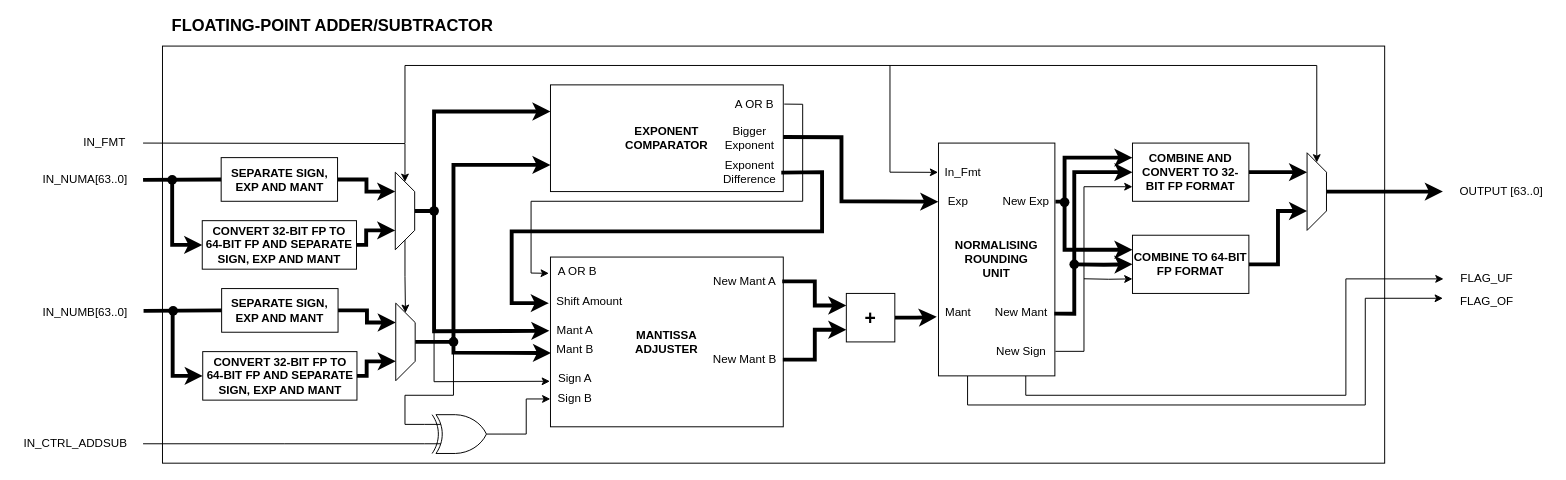
Before: page "FP-Adder/Subtractor" (2 of 15) of Diagrams/Floating-point.drawio in hohaicongthuan/Project-2, a draw.io diagram. Source tidied: cells renumbered, new cells numbered last; positions are measured from the earlier drawing's top-left corner, leaving out a move shared by most shapes. Both pictures are drawn from the tidied source at 97%, with x=0, y=0 at pixel (16, 16).
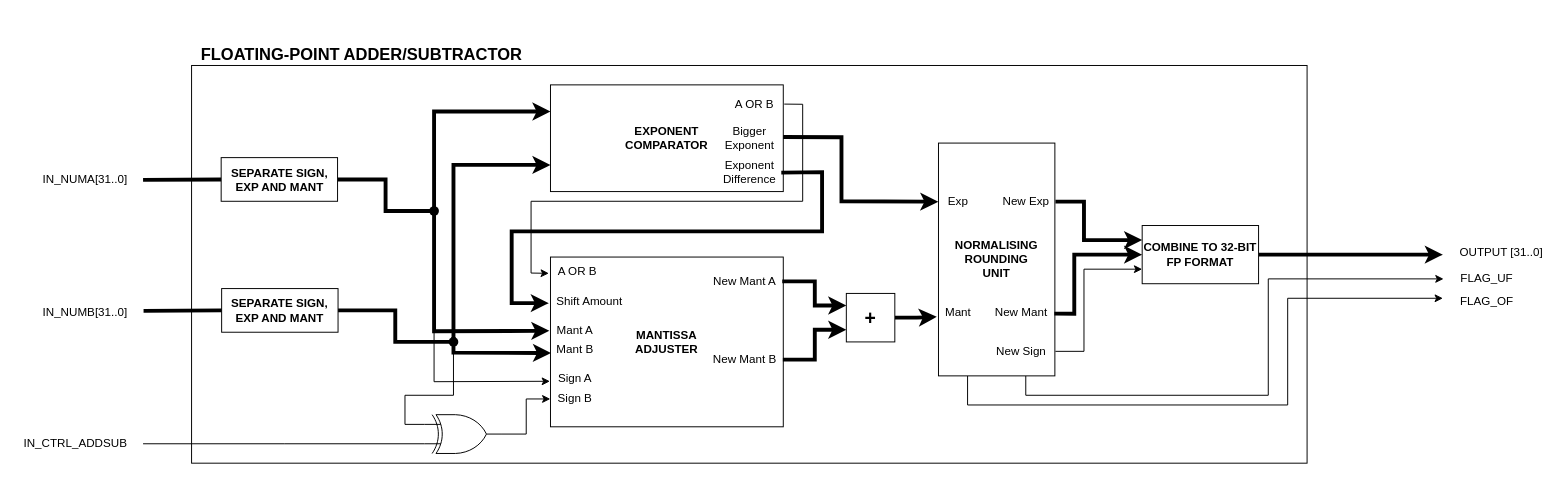
Above is the later version.

Unchanged cells that the change refers to:
```xml
<mxCell id="12" value="&lt;b&gt;EXPONENT&lt;br&gt;COMPARATOR&lt;/b&gt;" style="rounded=0;whiteSpace=wrap;html=1;" parent="1" vertex="1">
  <mxGeometry x="550" y="70" width="240" height="110" as="geometry" />
</mxCell>
<mxCell id="16" value="&lt;b&gt;SEPARATE SIGN, EXP AND MANT&lt;/b&gt;" style="rounded=0;whiteSpace=wrap;html=1;" parent="1" vertex="1">
  <mxGeometry x="210.5" y="145" width="120" height="45" as="geometry" />
</mxCell>
<mxCell id="24" value="&lt;b&gt;SEPARATE SIGN, EXP AND MANT&lt;/b&gt;" style="rounded=0;whiteSpace=wrap;html=1;" parent="1" vertex="1">
  <mxGeometry x="211" y="280" width="120" height="45" as="geometry" />
</mxCell>
<mxCell id="43" value="&lt;b&gt;NORMALISING&lt;br&gt;ROUNDING&lt;br&gt;UNIT&lt;br&gt;&lt;/b&gt;" style="rounded=0;whiteSpace=wrap;html=1;" parent="1" vertex="1">
  <mxGeometry x="950" y="130" width="120" height="240" as="geometry" />
</mxCell>
<mxCell id="46" value="New Exp" style="text;html=1;align=center;verticalAlign=middle;points=[];strokeColor=none;fillColor=none;" parent="1" vertex="1">
  <mxGeometry x="1010" y="180" width="60" height="20" as="geometry" />
</mxCell>
<mxCell id="47" value="New Mant" style="text;html=1;align=center;verticalAlign=middle;points=[];strokeColor=none;fillColor=none;" parent="1" vertex="1">
  <mxGeometry x="1000" y="295" width="70" height="20" as="geometry" />
</mxCell>
<mxCell id="48" value="New Sign" style="text;html=1;align=center;verticalAlign=middle;points=[];strokeColor=none;fillColor=none;" parent="1" vertex="1">
  <mxGeometry x="1000" y="335" width="70" height="20" as="geometry" />
</mxCell>
```

The edit, as a diff of the source:
```diff
@@
     <mxCell id="2" style="rounded=0;whiteSpace=wrap;html=1;fontSize=12;" parent="1" vertex="1">
-      <mxGeometry x="150" y="30" width="1260" height="430" as="geometry" />
+      <mxGeometry x="180" y="50" width="1150" height="410" as="geometry" />
     </mxCell>
     <mxCell id="3" value="&lt;font style=&quot;font-size: 17px&quot;&gt;&lt;b&gt;FLOATING-POINT ADDER/SUBTRACTOR&lt;/b&gt;&lt;/font&gt;" style="text;html=1;align=center;verticalAlign=middle;strokeColor=none;fillColor=none;" parent="1" vertex="1">
-      <mxGeometry x="150" width="350" height="20" as="geometry" />
+      <mxGeometry x="180" y="30" width="350" height="20" as="geometry" />
     </mxCell>
-    <mxCell id="4" style="endArrow=classic;html=1;rounded=0;edgeStyle=orthogonalEdgeStyle;strokeWidth=4;entryX=0.25;entryY=1;entryDx=0;entryDy=0;startArrow=none;" parent="1" edge="1" source="16" target="8">
-      <mxGeometry relative="1" as="geometry" />
-    </mxCell>
-    <mxCell id="5" style="edgeStyle=orthogonalEdgeStyle;rounded=0;jettySize=auto;html=1;exitX=0;exitY=0.5;exitDx=0;exitDy=0;strokeWidth=1;entryX=0;entryY=0.5;entryDx=0;entryDy=0;" parent="1" edge="1" target="8">
-      <mxGeometry relative="1" as="geometry">
-        <mxPoint x="130" y="130" as="sourcePoint" />
-      </mxGeometry>
-    </mxCell>
-    <mxCell id="6" style="edgeStyle=orthogonalEdgeStyle;rounded=0;jettySize=auto;html=1;exitX=1;exitY=0.5;exitDx=0;exitDy=0;entryX=0;entryY=0.5;entryDx=0;entryDy=0;" parent="1" edge="1" source="8" target="20">
-      <mxGeometry relative="1" as="geometry" />
-    </mxCell>
-    <mxCell id="7" style="edgeStyle=orthogonalEdgeStyle;rounded=0;jettySize=auto;html=1;exitX=0.5;exitY=0;exitDx=0;exitDy=0;entryX=0;entryY=0.25;entryDx=0;entryDy=0;strokeWidth=4;" parent="1" edge="1" source="8" target="12">
+    <mxCell id="7" style="edgeStyle=orthogonalEdgeStyle;rounded=0;jettySize=auto;html=1;exitX=1;exitY=0.5;exitDx=0;exitDy=0;entryX=0;entryY=0.25;entryDx=0;entryDy=0;strokeWidth=4;" parent="1" edge="1" source="16" target="12">
       <mxGeometry relative="1" as="geometry">
         <Array as="points">
+          <mxPoint x="380" y="168" />
+          <mxPoint x="380" y="200" />
           <mxPoint x="430" y="200" />
-          <mxPoint x="430" y="97" />
+          <mxPoint x="430" y="98" />
         </Array>
       </mxGeometry>
     </mxCell>
-    <mxCell id="8" style="shape=trapezoid;perimeter=trapezoidPerimeter;whiteSpace=wrap;html=1;fixedSize=1;direction=south;" parent="1" vertex="1">
-      <mxGeometry x="390" y="160" width="20" height="80" as="geometry" />
-    </mxCell>
-    <mxCell id="9" style="edgeStyle=orthogonalEdgeStyle;rounded=0;jettySize=auto;html=1;exitX=1;exitY=0.5;exitDx=0;exitDy=0;entryX=0.75;entryY=1;entryDx=0;entryDy=0;strokeWidth=4;" parent="1" edge="1" source="11" target="8">
-      <mxGeometry relative="1" as="geometry">
-        <Array as="points">
-          <mxPoint x="360" y="235" />
-          <mxPoint x="360" y="220" />
-        </Array>
-      </mxGeometry>
-    </mxCell>
-    <mxCell id="10" style="edgeStyle=orthogonalEdgeStyle;rounded=0;jettySize=auto;html=1;strokeWidth=4;entryX=0;entryY=0.5;entryDx=0;entryDy=0;" parent="1" edge="1" target="11">
-      <mxGeometry relative="1" as="geometry">
-        <mxPoint x="160" y="168" as="sourcePoint" />
-        <Array as="points">
-          <mxPoint x="160" y="235" />
-        </Array>
-      </mxGeometry>
-    </mxCell>
-    <mxCell id="11" value="&lt;b&gt;CONVERT 32-BIT FP TO 64-BIT FP AND SEPARATE SIGN, EXP AND MANT&lt;/b&gt;" style="rounded=0;whiteSpace=wrap;html=1;" parent="1" vertex="1">
-      <mxGeometry x="191" y="210" width="159" height="50" as="geometry" />
-    </mxCell>
@@
-    <mxCell id="18" style="endArrow=classic;html=1;rounded=0;edgeStyle=orthogonalEdgeStyle;strokeWidth=4;entryX=0.25;entryY=1;entryDx=0;entryDy=0;startArrow=none;" parent="1" edge="1" source="24" target="20">
-      <mxGeometry relative="1" as="geometry" />
-    </mxCell>
-    <mxCell id="19" style="edgeStyle=orthogonalEdgeStyle;rounded=0;jettySize=auto;html=1;exitX=0.5;exitY=0;exitDx=0;exitDy=0;entryX=0;entryY=0.75;entryDx=0;entryDy=0;strokeWidth=4;" parent="1" edge="1" source="20" target="12">
+    <mxCell id="19" style="edgeStyle=orthogonalEdgeStyle;rounded=0;jettySize=auto;html=1;exitX=1;exitY=0.5;exitDx=0;exitDy=0;entryX=0;entryY=0.75;entryDx=0;entryDy=0;strokeWidth=4;" parent="1" edge="1" source="24" target="12">
       <mxGeometry relative="1" as="geometry">
         <Array as="points">
+          <mxPoint x="390" y="303" />
+          <mxPoint x="390" y="335" />
           <mxPoint x="450" y="335" />
           <mxPoint x="450" y="153" />
         </Array>
       </mxGeometry>
     </mxCell>
-    <mxCell id="20" style="shape=trapezoid;perimeter=trapezoidPerimeter;whiteSpace=wrap;html=1;fixedSize=1;direction=south;" parent="1" vertex="1">
-      <mxGeometry x="390.5" y="295" width="20" height="80" as="geometry" />
-    </mxCell>
-    <mxCell id="21" style="edgeStyle=orthogonalEdgeStyle;rounded=0;jettySize=auto;html=1;exitX=1;exitY=0.5;exitDx=0;exitDy=0;entryX=0.75;entryY=1;entryDx=0;entryDy=0;strokeWidth=4;" parent="1" edge="1" source="23" target="20">
-      <mxGeometry relative="1" as="geometry">
-        <Array as="points">
-          <mxPoint x="360.5" y="370" />
-          <mxPoint x="360.5" y="355" />
-        </Array>
-      </mxGeometry>
-    </mxCell>
-    <mxCell id="22" style="edgeStyle=orthogonalEdgeStyle;rounded=0;jettySize=auto;html=1;strokeWidth=4;entryX=0;entryY=0.5;entryDx=0;entryDy=0;" parent="1" edge="1" target="23">
-      <mxGeometry relative="1" as="geometry">
-        <mxPoint x="160.5" y="303" as="sourcePoint" />
-        <Array as="points">
-          <mxPoint x="160.5" y="370" />
-        </Array>
-      </mxGeometry>
-    </mxCell>
-    <mxCell id="23" value="&lt;b&gt;CONVERT 32-BIT FP TO 64-BIT FP AND SEPARATE SIGN, EXP AND MANT&lt;/b&gt;" style="rounded=0;whiteSpace=wrap;html=1;" parent="1" vertex="1">
-      <mxGeometry x="191.5" y="345" width="159" height="50" as="geometry" />
-    </mxCell>
@@
     <mxCell id="41" style="edgeStyle=orthogonalEdgeStyle;rounded=0;jettySize=auto;html=1;exitX=0.75;exitY=1;exitDx=0;exitDy=0;fontSize=12;endArrow=classic;endFill=1;strokeWidth=1;" parent="1" edge="1" source="43">
       <mxGeometry relative="1" as="geometry">
         <mxPoint x="1470.7" y="270" as="targetPoint" />
         <Array as="points">
           <mxPoint x="1040" y="390" />
-          <mxPoint x="1370" y="390" />
-          <mxPoint x="1370" y="270" />
+          <mxPoint x="1290" y="390" />
+          <mxPoint x="1290" y="270" />
         </Array>
       </mxGeometry>
     </mxCell>
     <mxCell id="42" style="edgeStyle=orthogonalEdgeStyle;rounded=0;jettySize=auto;html=1;exitX=0.25;exitY=1;exitDx=0;exitDy=0;fontSize=12;endArrow=classic;endFill=1;strokeWidth=1;" parent="1" edge="1" source="43">
       <mxGeometry relative="1" as="geometry">
         <mxPoint x="1470" y="290" as="targetPoint" />
         <Array as="points">
           <mxPoint x="980" y="400" />
-          <mxPoint x="1390" y="400" />
-          <mxPoint x="1390" y="290" />
+          <mxPoint x="1310" y="400" />
+          <mxPoint x="1310" y="290" />
         </Array>
       </mxGeometry>
     </mxCell>
@@
     <mxCell id="57" style="edgeStyle=orthogonalEdgeStyle;rounded=0;jettySize=auto;html=1;exitX=1.01;exitY=0.521;exitDx=0;exitDy=0;entryX=0;entryY=0.25;entryDx=0;entryDy=0;fontSize=12;endArrow=classic;endFill=1;strokeWidth=4;exitPerimeter=0;" parent="1" edge="1" source="46" target="61">
       <mxGeometry relative="1" as="geometry">
         <Array as="points">
-          <mxPoint x="1080" y="190" />
-          <mxPoint x="1080" y="145" />
+          <mxPoint x="1100" y="190" />
+          <mxPoint x="1100" y="230" />
         </Array>
       </mxGeometry>
     </mxCell>
     <mxCell id="58" style="edgeStyle=orthogonalEdgeStyle;rounded=0;jettySize=auto;html=1;exitX=0.992;exitY=0.543;exitDx=0;exitDy=0;entryX=0;entryY=0.5;entryDx=0;entryDy=0;fontSize=12;endArrow=classic;endFill=1;strokeWidth=4;exitPerimeter=0;" parent="1" edge="1" source="47" target="61">
       <mxGeometry relative="1" as="geometry">
         <Array as="points">
           <mxPoint x="1090" y="306" />
-          <mxPoint x="1090" y="160" />
+          <mxPoint x="1090" y="245" />
         </Array>
       </mxGeometry>
     </mxCell>
     <mxCell id="59" style="edgeStyle=orthogonalEdgeStyle;rounded=0;jettySize=auto;html=1;exitX=1.008;exitY=0.486;exitDx=0;exitDy=0;entryX=0;entryY=0.75;entryDx=0;entryDy=0;fontSize=12;endArrow=classic;endFill=1;strokeWidth=1;exitPerimeter=0;" parent="1" edge="1" source="48" target="61">
       <mxGeometry relative="1" as="geometry">
         <Array as="points">
           <mxPoint x="1100" y="345" />
-          <mxPoint x="1100" y="175" />
+          <mxPoint x="1100" y="260" />
         </Array>
       </mxGeometry>
     </mxCell>
-    <mxCell id="60" style="edgeStyle=orthogonalEdgeStyle;rounded=0;jettySize=auto;html=1;exitX=1;exitY=0.5;exitDx=0;exitDy=0;entryX=0.25;entryY=1;entryDx=0;entryDy=0;fontSize=12;endArrow=classic;endFill=1;strokeWidth=4;" parent="1" edge="1" source="61" target="69">
-      <mxGeometry relative="1" as="geometry" />
+    <mxCell id="60" style="edgeStyle=orthogonalEdgeStyle;rounded=0;jettySize=auto;html=1;exitX=1;exitY=0.5;exitDx=0;exitDy=0;fontSize=12;endArrow=classic;endFill=1;strokeWidth=4;" parent="1" edge="1" source="61">
+      <mxGeometry relative="1" as="geometry">
+        <mxPoint x="1470" y="245" as="targetPoint" />
+      </mxGeometry>
     </mxCell>
-    <mxCell id="61" value="&lt;b&gt;COMBINE AND CONVERT TO 32-BIT FP FORMAT&lt;/b&gt;" style="rounded=0;whiteSpace=wrap;html=1;fontSize=12;" parent="1" vertex="1">
-      <mxGeometry x="1150" y="130" width="120" height="60" as="geometry" />
+    <mxCell id="61" value="&lt;b&gt;COMBINE TO 32-BIT FP FORMAT&lt;/b&gt;" style="rounded=0;whiteSpace=wrap;html=1;fontSize=12;" parent="1" vertex="1">
+      <mxGeometry x="1160" y="215" width="120" height="60" as="geometry" />
     </mxCell>
-    <mxCell id="62" style="edgeStyle=orthogonalEdgeStyle;rounded=0;jettySize=auto;html=1;exitX=0;exitY=0.25;exitDx=0;exitDy=0;fontSize=12;endArrow=classic;endFill=1;strokeWidth=4;entryX=0;entryY=0.25;entryDx=0;entryDy=0;" parent="1" edge="1" target="66">
-      <mxGeometry relative="1" as="geometry">
-        <mxPoint x="1080" y="190" as="sourcePoint" />
-        <Array as="points">
-          <mxPoint x="1080" y="240" />
-        </Array>
-      </mxGeometry>
-    </mxCell>
-    <mxCell id="63" style="edgeStyle=orthogonalEdgeStyle;rounded=0;jettySize=auto;html=1;exitX=0;exitY=0.5;exitDx=0;exitDy=0;fontSize=12;endArrow=classic;endFill=1;strokeWidth=4;entryX=0;entryY=0.5;entryDx=0;entryDy=0;" parent="1" edge="1" target="66">
-      <mxGeometry relative="1" as="geometry">
-        <mxPoint x="1090" y="255" as="sourcePoint" />
-      </mxGeometry>
-    </mxCell>
-    <mxCell id="64" style="edgeStyle=orthogonalEdgeStyle;rounded=0;jettySize=auto;html=1;exitX=0;exitY=0.75;exitDx=0;exitDy=0;fontSize=12;endArrow=classic;endFill=1;strokeWidth=1;entryX=0;entryY=0.75;entryDx=0;entryDy=0;" parent="1" edge="1" target="66">
-      <mxGeometry relative="1" as="geometry">
-        <mxPoint x="1100" y="269.9" as="sourcePoint" />
-      </mxGeometry>
-    </mxCell>
-    <mxCell id="65" style="edgeStyle=orthogonalEdgeStyle;rounded=0;jettySize=auto;html=1;exitX=1;exitY=0.5;exitDx=0;exitDy=0;entryX=0.75;entryY=1;entryDx=0;entryDy=0;fontSize=12;endArrow=classic;endFill=1;strokeWidth=4;" parent="1" edge="1" source="66" target="69">
-      <mxGeometry relative="1" as="geometry" />
-    </mxCell>
-    <mxCell id="66" value="&lt;b&gt;COMBINE TO 64-BIT FP FORMAT&lt;/b&gt;" style="rounded=0;whiteSpace=wrap;html=1;fontSize=12;" parent="1" vertex="1">
-      <mxGeometry x="1150" y="225" width="120" height="60" as="geometry" />
-    </mxCell>
-    <mxCell id="67" style="edgeStyle=orthogonalEdgeStyle;rounded=0;jettySize=auto;html=1;exitX=0;exitY=0.5;exitDx=0;exitDy=0;fontSize=12;endArrow=classic;endFill=1;strokeWidth=1;entryX=0;entryY=0.5;entryDx=0;entryDy=0;" parent="1" edge="1" target="69">
-      <mxGeometry relative="1" as="geometry">
-        <mxPoint x="400" y="130" as="sourcePoint" />
-        <Array as="points">
-          <mxPoint x="400" y="50" />
-          <mxPoint x="1340" y="50" />
-        </Array>
-      </mxGeometry>
-    </mxCell>
-    <mxCell id="68" style="edgeStyle=orthogonalEdgeStyle;rounded=0;jettySize=auto;html=1;exitX=0.5;exitY=0;exitDx=0;exitDy=0;fontSize=12;endArrow=classic;endFill=1;strokeWidth=4;" parent="1" edge="1" source="69">
-      <mxGeometry relative="1" as="geometry">
-        <mxPoint x="1470" y="180" as="targetPoint" />
-      </mxGeometry>
-    </mxCell>
-    <mxCell id="69" style="shape=trapezoid;perimeter=trapezoidPerimeter;whiteSpace=wrap;html=1;fixedSize=1;direction=south;" parent="1" vertex="1">
-      <mxGeometry x="1330" y="140" width="20" height="80" as="geometry" />
-    </mxCell>
-    <mxCell id="70" value="IN_FMT" style="text;html=1;align=center;verticalAlign=middle;strokeColor=none;fillColor=none;fontSize=12;" parent="1" vertex="1">
-      <mxGeometry x="60" y="120" width="60" height="20" as="geometry" />
-    </mxCell>
-    <mxCell id="71" value="IN_NUMA[63..0]" style="text;html=1;align=center;verticalAlign=middle;strokeColor=none;fillColor=none;fontSize=12;" parent="1" vertex="1">
+    <mxCell id="71" value="IN_NUMA[31..0]" style="text;html=1;align=center;verticalAlign=middle;strokeColor=none;fillColor=none;fontSize=12;" parent="1" vertex="1">
       <mxGeometry x="20" y="157.5" width="100" height="20" as="geometry" />
     </mxCell>
-    <mxCell id="72" value="IN_NUMB[63..0]" style="text;html=1;align=center;verticalAlign=middle;strokeColor=none;fillColor=none;fontSize=12;" parent="1" vertex="1">
+    <mxCell id="72" value="IN_NUMB[31..0]" style="text;html=1;align=center;verticalAlign=middle;strokeColor=none;fillColor=none;fontSize=12;" parent="1" vertex="1">
       <mxGeometry x="20" y="295" width="100" height="20" as="geometry" />
     </mxCell>
@@
-    <mxCell id="74" value="OUTPUT [63..0]" style="text;html=1;align=center;verticalAlign=middle;strokeColor=none;fillColor=none;fontSize=12;" parent="1" vertex="1">
-      <mxGeometry x="1480" y="170" width="100" height="20" as="geometry" />
+    <mxCell id="74" value="OUTPUT [31..0]" style="text;html=1;align=center;verticalAlign=middle;strokeColor=none;fillColor=none;fontSize=12;" parent="1" vertex="1">
+      <mxGeometry x="1480" y="232.5" width="100" height="20" as="geometry" />
     </mxCell>
@@
-    <mxCell id="77" style="ellipse;whiteSpace=wrap;html=1;fontSize=12;fillColor=#000000;strokeColor=none;" parent="1" vertex="1">
-      <mxGeometry x="156" y="298" width="10" height="10" as="geometry" />
-    </mxCell>
-    <mxCell id="78" style="ellipse;whiteSpace=wrap;html=1;fontSize=12;fillColor=#000000;strokeColor=none;" parent="1" vertex="1">
-      <mxGeometry x="155" y="163" width="10" height="10" as="geometry" />
-    </mxCell>
@@
-    <mxCell id="81" style="ellipse;whiteSpace=wrap;html=1;fontSize=12;fillColor=#000000;strokeColor=none;" parent="1" vertex="1">
-      <mxGeometry x="1075" y="186" width="10" height="10" as="geometry" />
-    </mxCell>
-    <mxCell id="82" style="ellipse;whiteSpace=wrap;html=1;fontSize=12;fillColor=#000000;strokeColor=none;" parent="1" vertex="1">
-      <mxGeometry x="1085" y="250" width="10" height="10" as="geometry" />
-    </mxCell>
-    <mxCell id="83" value="In_Fmt" style="text;html=1;align=center;verticalAlign=middle;points=[];strokeColor=none;fillColor=none;" parent="1" vertex="1">
-      <mxGeometry x="950" y="150" width="50" height="20" as="geometry" />
-    </mxCell>
-    <mxCell id="84" style="endArrow=classic;html=1;rounded=0;fontSize=12;strokeWidth=1;entryX=-0.008;entryY=0.509;entryDx=0;entryDy=0;entryPerimeter=0;" parent="1" edge="1" target="83">
-      <mxGeometry relative="1" as="geometry">
-        <mxPoint x="900" y="50" as="sourcePoint" />
-        <Array as="points">
-          <mxPoint x="900" y="160" />
-        </Array>
-      </mxGeometry>
-    </mxCell>
```
